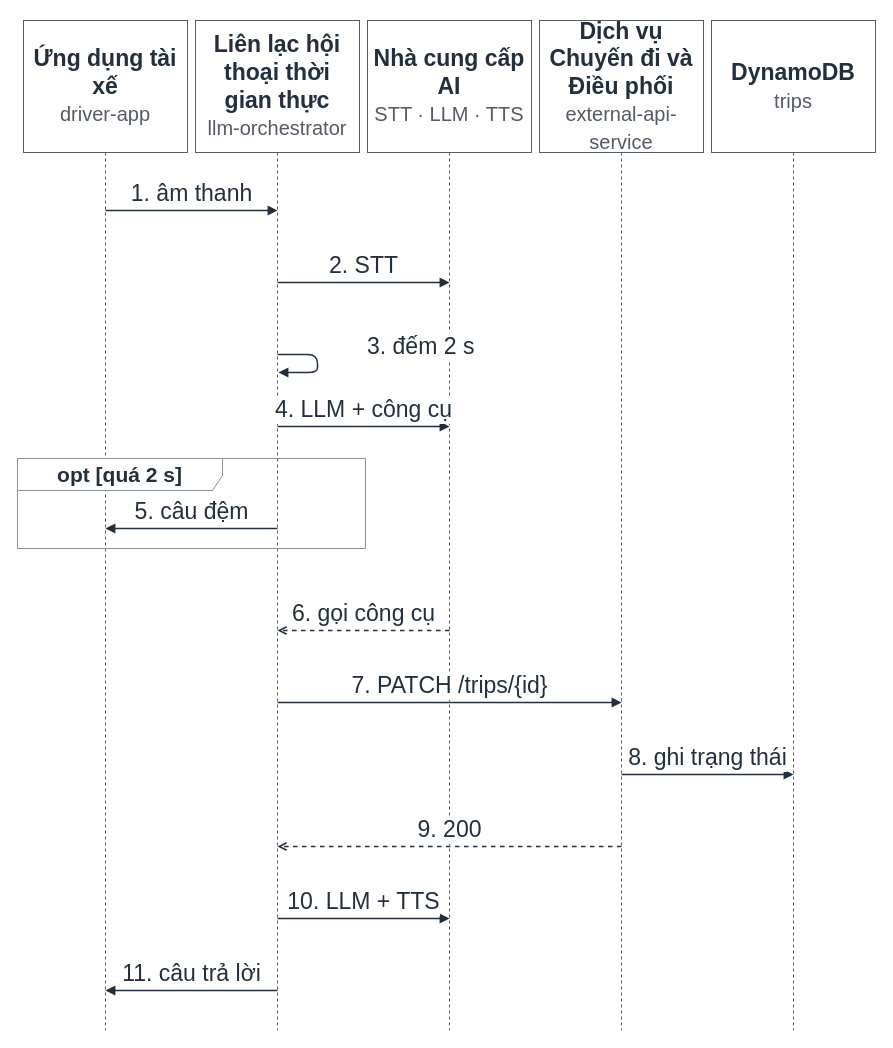
Above: page "S3 Một lượt hội thoại" (3 of 7) of docs/diagrams/H4_sequences.drawio in nexgenspeak-max/AI-Powered-Driver-Assistant (draw.io), before the change. Source tidied: cells renumbered, new cells numbered last; positions are measured from the earlier drawing's top-left corner, leaving out a move shared by most shapes. Both pictures are drawn from the tidied source at 100%, with x=0, y=0 at pixel (17, 20).
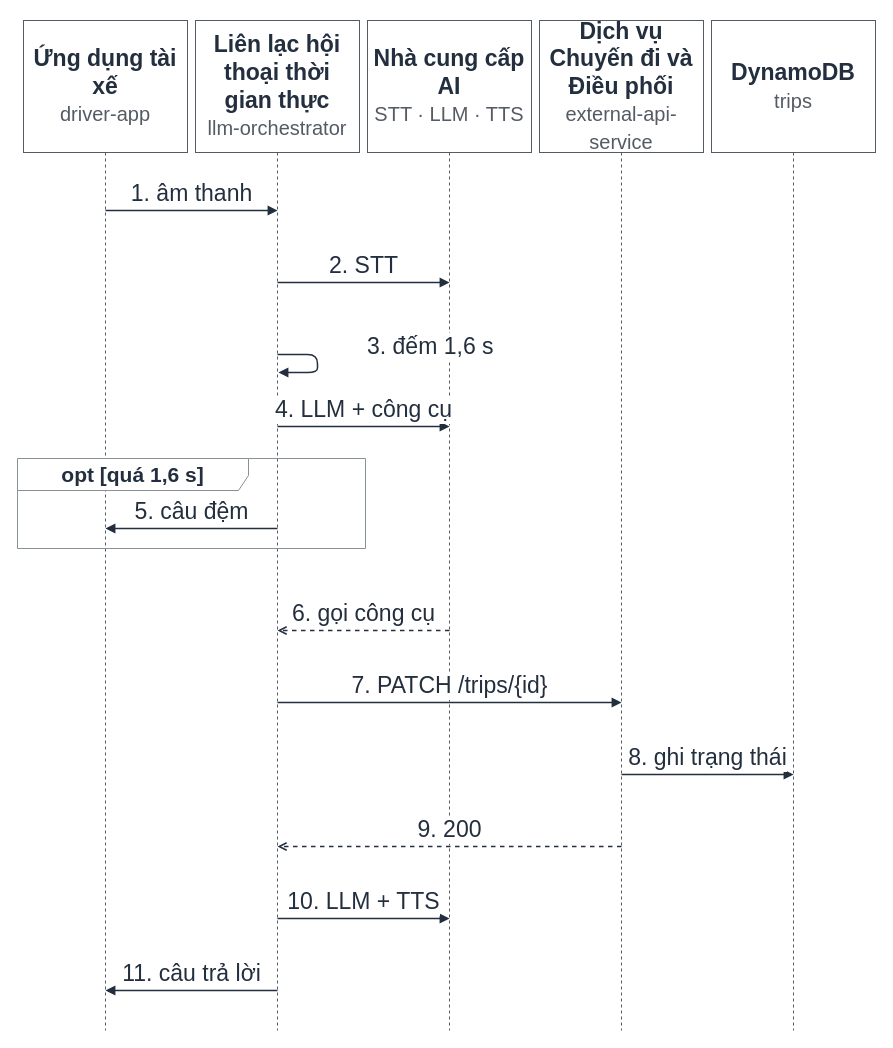
The same diagram, later.

The edit, as a diff of the source:
```diff
@@
-    <mxCell id="9" value="3. đếm 2 s" style="html=1;verticalAlign=bottom;endArrow=block;endFill=1;strokeColor=#232F3E;strokeWidth=1.5;fontSize=23;fontColor=#232F3E;labelBackgroundColor=#FFFFFF;fontFamily=Helvetica;edgeStyle=orthogonalEdgeStyle;align=left;labelPosition=right;spacingLeft=48;entryX=0;" parent="1" edge="1">
+    <mxCell id="9" value="3. đếm 1,6 s" style="html=1;verticalAlign=bottom;endArrow=block;endFill=1;strokeColor=#232F3E;strokeWidth=1.5;fontSize=23;fontColor=#232F3E;labelBackgroundColor=#FFFFFF;fontFamily=Helvetica;edgeStyle=orthogonalEdgeStyle;align=left;labelPosition=right;spacingLeft=48;entryX=0;" parent="1" edge="1">
       <mxGeometry relative="1" as="geometry">
         <mxPoint x="260" y="334" as="sourcePoint" />
         <mxPoint x="261" y="352" as="targetPoint" />
         <Array as="points">
           <mxPoint x="300" y="334" />
           <mxPoint x="300" y="352" />
         </Array>
       </mxGeometry>
     </mxCell>
@@
-    <mxCell id="18" value="opt [quá 2 s]" style="shape=umlFrame;whiteSpace=wrap;html=1;width=205;height=32;fontSize=21;fontStyle=1;strokeColor=#879196;fontColor=#232F3E;fontFamily=Helvetica;" parent="1" vertex="1">
+    <mxCell id="18" value="opt [quá 1,6 s]" style="shape=umlFrame;whiteSpace=wrap;html=1;width=231;height=32;fontSize=21;fontStyle=1;strokeColor=#879196;fontColor=#232F3E;fontFamily=Helvetica;" parent="1" vertex="1">
       <mxGeometry y="438" width="348" height="90" as="geometry" />
     </mxCell>
```
